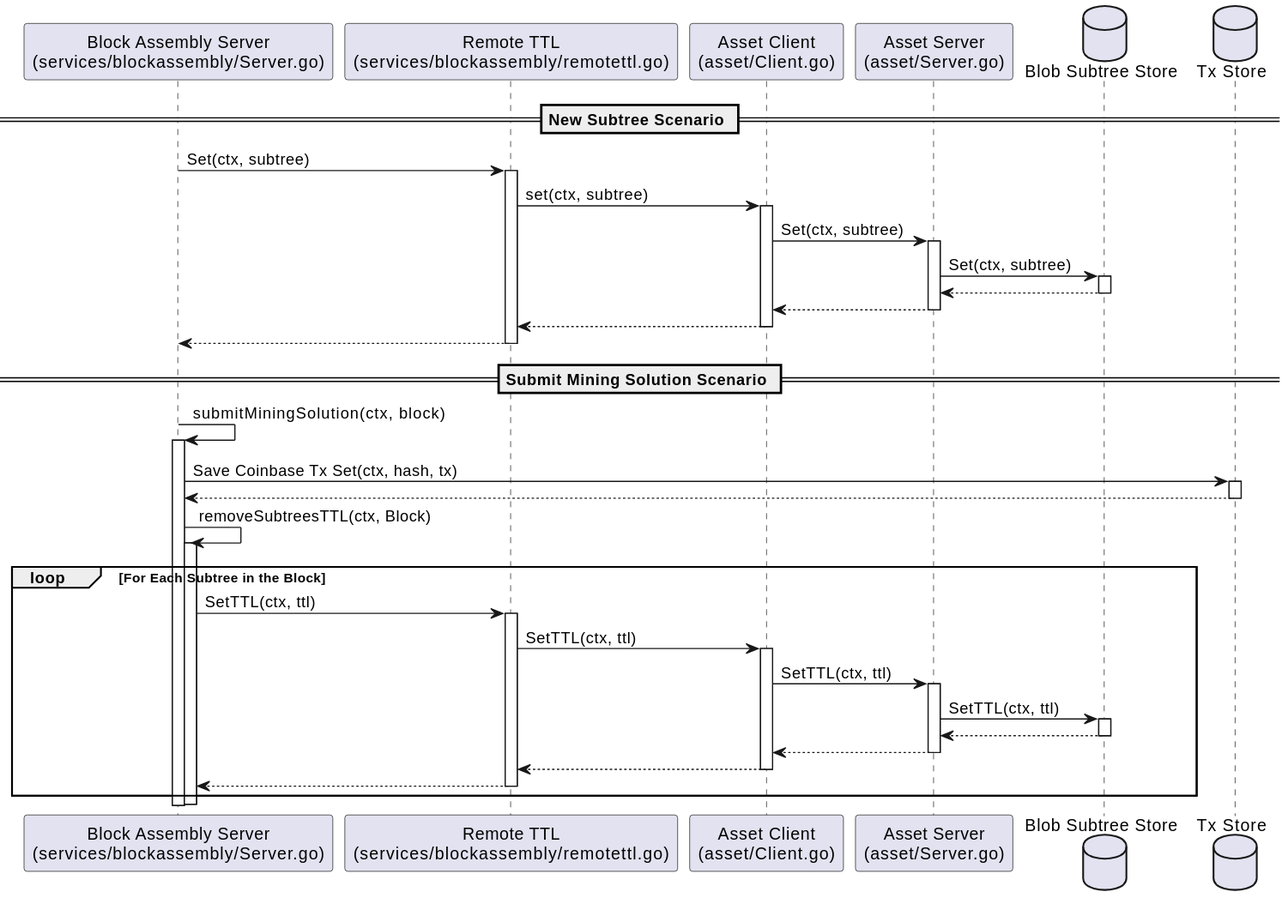
This is docs/services/img/plantuml/blobserver/blob_server_block_assembly.svg from freemans13/teranode, a PlantUML export, as it was before one commit. Its source is kept beside it as docs/services/img/plantuml/blobserver/blob_server_block_assembly.puml.
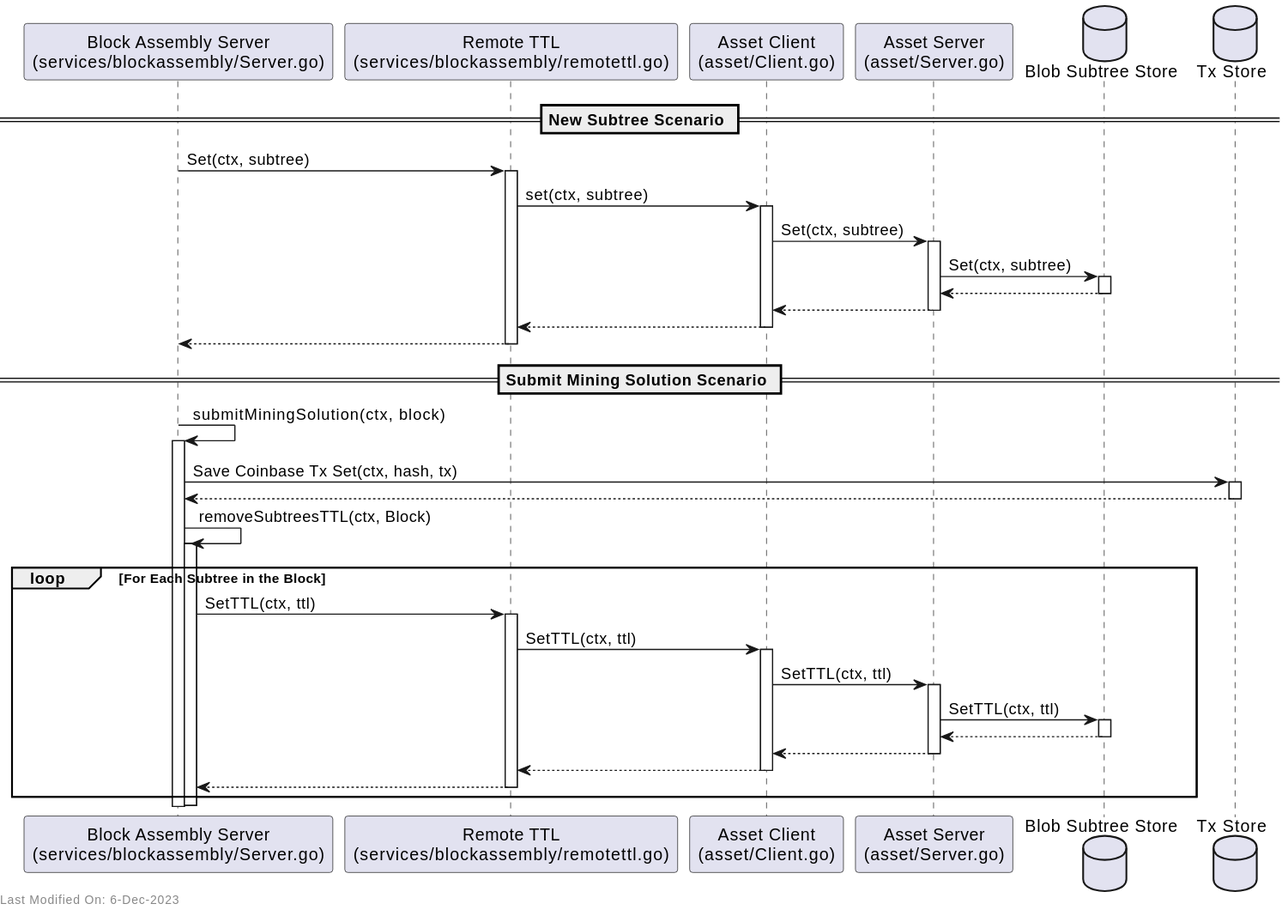
After the commit.

Diff of the diagram source:
```diff
@@ -58,7 +58,6 @@
 deactivate BlockAssemblyServer
 deactivate BlockAssemblyServer
 
-
-
+left footer Last Modified On: 6-Dec-2023
 
 @enduml
```
